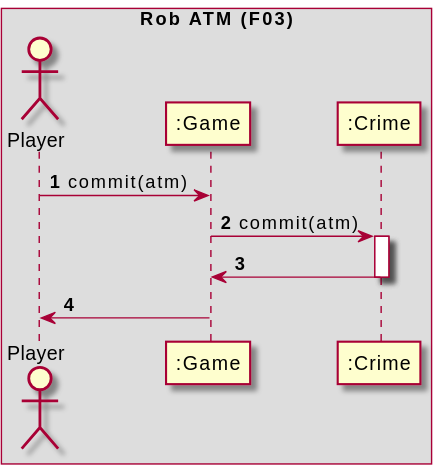
Above: uml/sequence_diagrams/system/F03_Rob_ATM.svg in amatzen/SE04-SE-G09-SPRO (PlantUML), before the change.
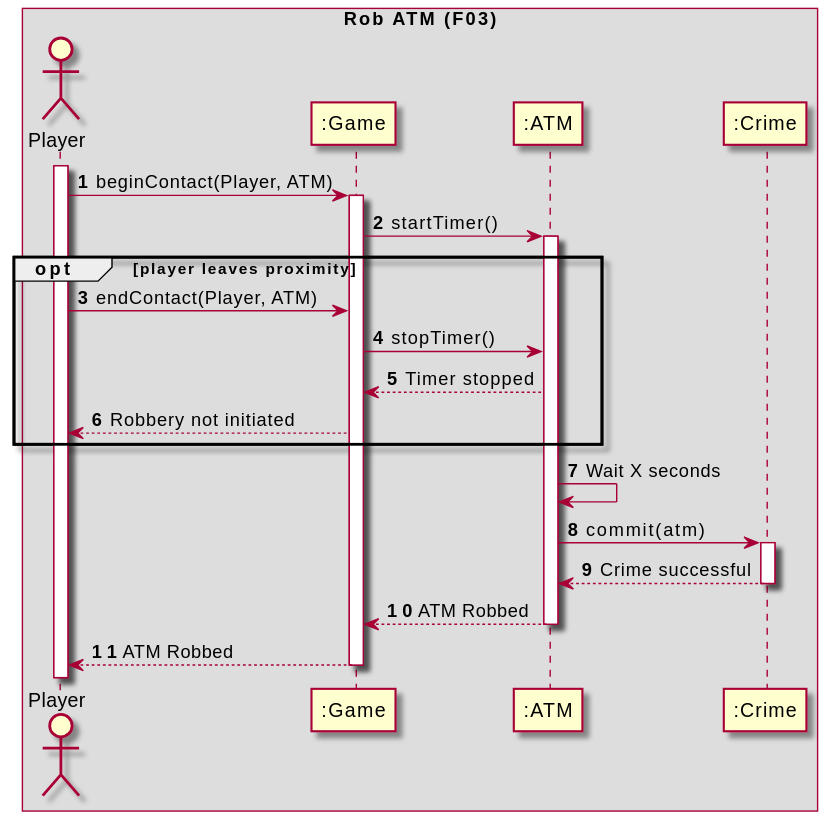
Above is the later version.

Change to the diagram source:
```diff
@@ -5,16 +5,33 @@
 box Rob ATM (F03)
     actor "Player" as player
     participant ":Game" as game
+    participant ":ATM" as atm
     participant ":Crime" as crime
 end box
 
-player -> game : commit(atm)
-game -> crime : commit(atm)
+activate player
+player -> game : beginContact(Player, ATM)
+activate game
+game -> atm : startTimer()
+activate atm
 
+opt player leaves proximity
+    player -> game: endContact(Player, ATM)
+    game -> atm: stopTimer()
+    atm --> game: Timer stopped
+    game --> player: Robbery not initiated
+end
+
+atm -> atm: Wait X seconds
+
+atm -> crime: commit(atm)
 activate crime
-crime -> game
+crime --> atm : Crime successful
 deactivate crime
+atm --> game: ATM Robbed
+deactivate atm
 
-game -> player
+game --> player : ATM Robbed
+deactivate game
 
 @enduml
```
